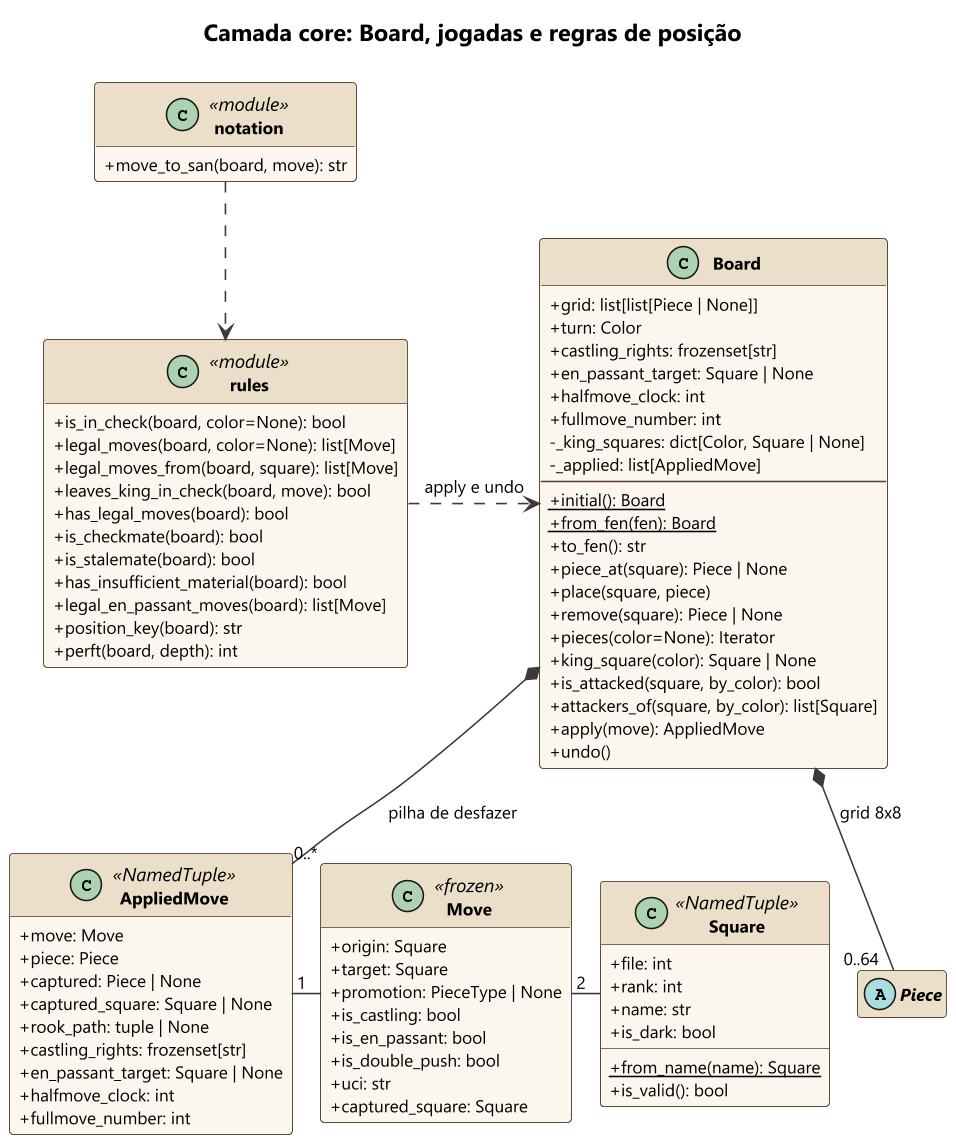
Earlier version of the PlantUML export docs/uml/img/classes_core_tabuleiro.png (Kauhan33/chess-the-game). Its source is kept beside it as docs/uml/classes_core_tabuleiro.puml. Its diagram source:
```plantuml
@startuml classes_core_tabuleiro
!pragma layout smetana
!include _estilo.iuml
title Camada core: Board, jogadas e regras de posição
hide empty members

class Board {
  +grid: list[list[Piece | None]]
  +turn: Color
  +castling_rights: frozenset[str]
  +en_passant_target: Square | None
  +halfmove_clock: int
  +fullmove_number: int
  -_king_squares: dict[Color, Square | None]
  -_applied: list[AppliedMove]
  --
  {static} +initial(): Board
  {static} +from_fen(fen): Board
  +to_fen(): str
  +piece_at(square): Piece | None
  +place(square, piece)
  +remove(square): Piece | None
  +pieces(color=None): Iterator
  +king_square(color): Square | None
  +is_attacked(square, by_color): bool
  +attackers_of(square, by_color): list[Square]
  +apply(move): AppliedMove
  +undo()
}

class AppliedMove <<NamedTuple>> {
  +move: Move
  +piece: Piece
  +captured: Piece | None
  +captured_square: Square | None
  +rook_path: tuple | None
  +castling_rights: frozenset[str]
  +en_passant_target: Square | None
  +halfmove_clock: int
  +fullmove_number: int
}

class Move <<frozen>> {
  +origin: Square
  +target: Square
  +promotion: PieceType | None
  +is_castling: bool
  +is_en_passant: bool
  +is_double_push: bool
  +uci: str
  +captured_square: Square
}

class Square <<NamedTuple>> {
  +file: int
  +rank: int
  +name: str
  +is_dark: bool
  {static} +from_name(name): Square
  +is_valid(): bool
}

class rules <<module>> {
  +is_in_check(board, color=None): bool
  +legal_moves(board, color=None): list[Move]
  +legal_moves_from(board, square): list[Move]
  +leaves_king_in_check(board, move): bool
  +has_legal_moves(board): bool
  +is_checkmate(board): bool
  +is_stalemate(board): bool
  +has_insufficient_material(board): bool
  +legal_en_passant_moves(board): list[Move]
  +position_key(board): str
  +perft(board, depth): int
}

class notation <<module>> {
  +move_to_san(board, move): str
}

abstract class Piece

Board *-- "0..64$p" Piece : grid 8x8
Board *-- "0..*$p" AppliedMove : pilha de desfazer
AppliedMove -right- "1$p" Move
Move -right- "2$p" Square
rules .right.> Board : apply e undo
notation .down.> rules
@enduml
```
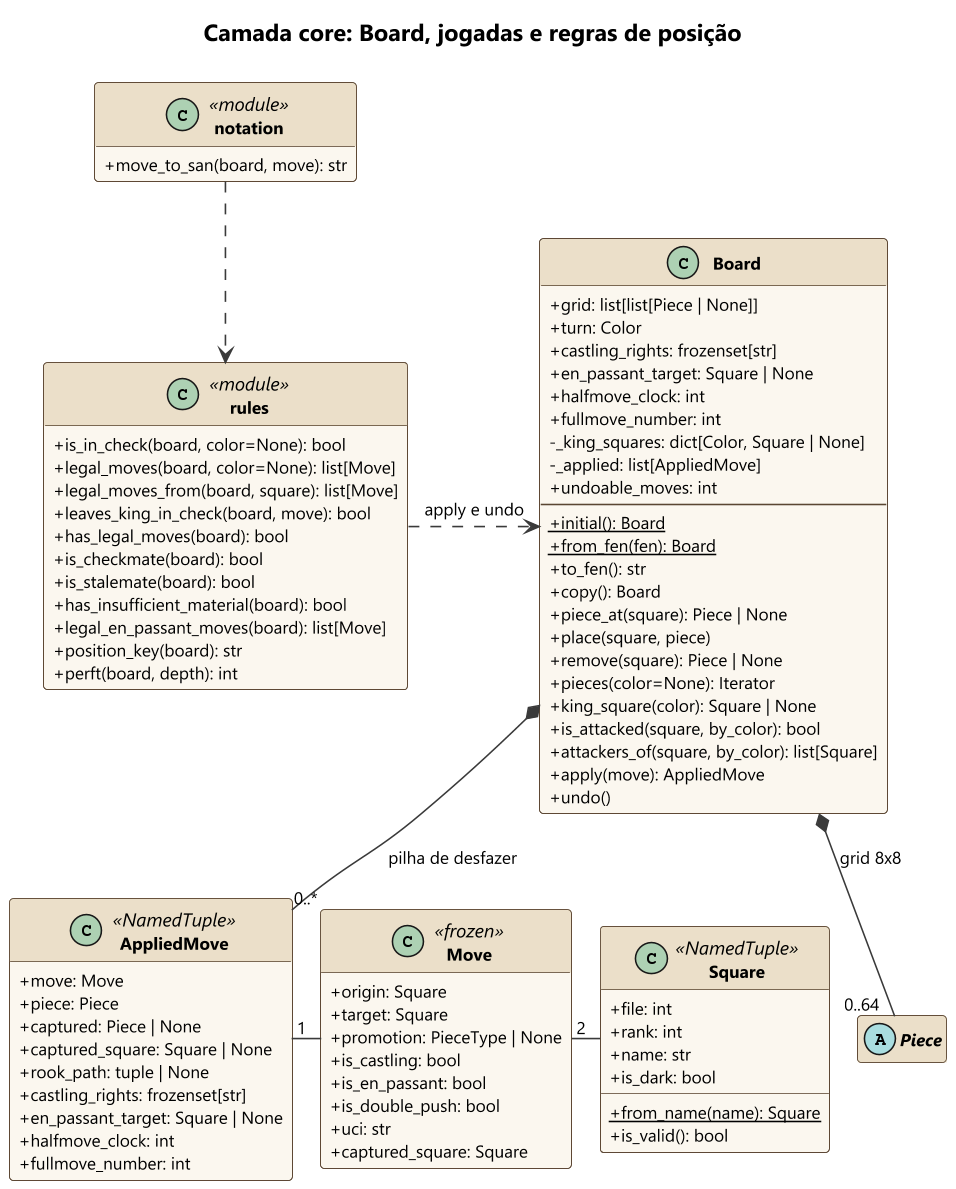
Later version of the same file.

Diff of the diagram source:
```diff
@@ -13,10 +13,12 @@
   +fullmove_number: int
   -_king_squares: dict[Color, Square | None]
   -_applied: list[AppliedMove]
+  +undoable_moves: int
   --
   {static} +initial(): Board
   {static} +from_fen(fen): Board
   +to_fen(): str
+  +copy(): Board
   +piece_at(square): Piece | None
   +place(square, piece)
   +remove(square): Piece | None
```
